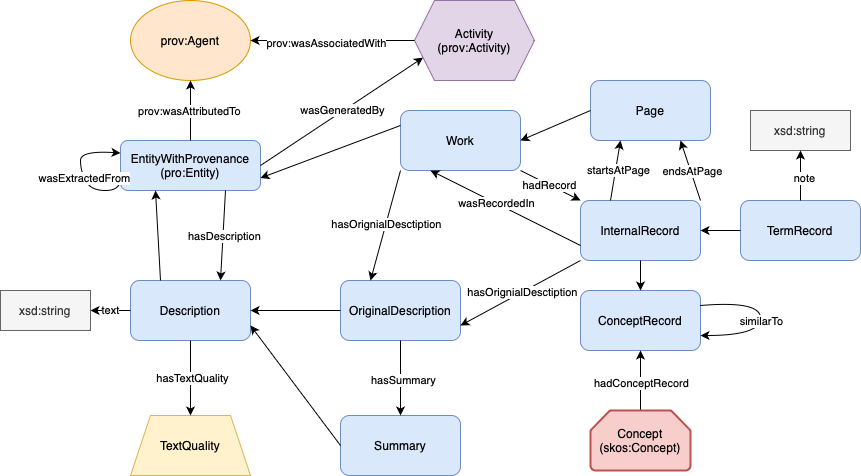
The draw.io diagram doc/HTO_textual_content.png in frances-ai/HeritageTextOntology, before a commit. Source tidied: cells renumbered, new cells last; positions are measured from the earlier drawing's top-left corner, leaving out a move shared by most shapes.
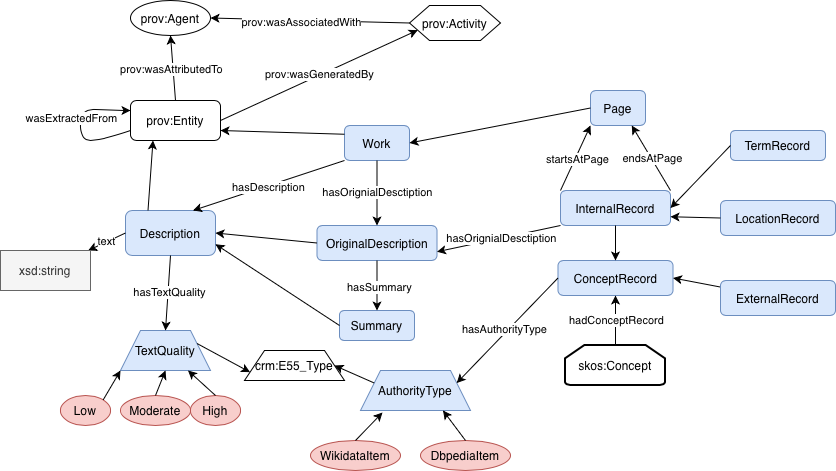
After the change.

Change to the diagram source:
```diff
@@ -3,53 +3,39 @@
     <mxCell id="0" />
     <mxCell id="1" parent="0" />
     <mxCell id="2" value="Work" style="rounded=1;whiteSpace=wrap;html=1;fillColor=#dae8fc;strokeColor=#6c8ebf;" parent="1" vertex="1">
-      <mxGeometry x="400" y="110" width="120" height="60" as="geometry" />
+      <mxGeometry x="364" y="145" width="65" height="35" as="geometry" />
     </mxCell>
     <mxCell id="3" value="InternalRecord" style="rounded=1;whiteSpace=wrap;html=1;fillColor=#dae8fc;strokeColor=#6c8ebf;" parent="1" vertex="1">
-      <mxGeometry x="580" y="200" width="120" height="60" as="geometry" />
+      <mxGeometry x="580" y="210" width="110" height="35" as="geometry" />
     </mxCell>
     <mxCell id="4" value="ConceptRecord" style="rounded=1;whiteSpace=wrap;html=1;fillColor=#dae8fc;strokeColor=#6c8ebf;" parent="1" vertex="1">
-      <mxGeometry x="580" y="290" width="120" height="60" as="geometry" />
+      <mxGeometry x="577.5" y="280" width="115" height="35" as="geometry" />
     </mxCell>
     <mxCell id="5" value="OriginalDescription" style="rounded=1;whiteSpace=wrap;html=1;fillColor=#dae8fc;strokeColor=#6c8ebf;" parent="1" vertex="1">
-      <mxGeometry x="340" y="280" width="120" height="60" as="geometry" />
+      <mxGeometry x="336.5" y="245" width="120" height="35" as="geometry" />
     </mxCell>
     <mxCell id="6" value="Description" style="rounded=1;whiteSpace=wrap;html=1;fillColor=#dae8fc;strokeColor=#6c8ebf;" parent="1" vertex="1">
-      <mxGeometry x="130" y="280" width="120" height="60" as="geometry" />
+      <mxGeometry x="145" y="230" width="90" height="45" as="geometry" />
     </mxCell>
-    <mxCell id="7" value="prov:Agent" style="ellipse;whiteSpace=wrap;html=1;fillColor=#ffe6cc;strokeColor=#d79b00;" parent="1" vertex="1">
-      <mxGeometry x="130" width="120" height="80" as="geometry" />
+    <mxCell id="7" value="prov:Agent" style="ellipse;whiteSpace=wrap;html=1;" parent="1" vertex="1">
+      <mxGeometry x="150" y="20" width="80" height="35" as="geometry" />
     </mxCell>
-    <mxCell id="8" value="EntityWithProvenance&lt;br&gt;(pro:Entity)" style="rounded=1;whiteSpace=wrap;html=1;fillColor=#dae8fc;strokeColor=#6c8ebf;" parent="1" vertex="1">
-      <mxGeometry x="120" y="140" width="140" height="50" as="geometry" />
+    <mxCell id="8" value="prov:Entity" style="rounded=1;whiteSpace=wrap;html=1;" parent="1" vertex="1">
+      <mxGeometry x="150" y="120" width="90" height="40" as="geometry" />
     </mxCell>
-    <mxCell id="9" value="Activity&lt;br&gt;(prov:Activity)" style="shape=hexagon;perimeter=hexagonPerimeter2;whiteSpace=wrap;html=1;fixedSize=1;fillColor=#e1d5e7;strokeColor=#9673a6;" parent="1" vertex="1">
-      <mxGeometry x="414" width="120" height="80" as="geometry" />
+    <mxCell id="9" value="prov:Activity" style="shape=hexagon;perimeter=hexagonPerimeter2;whiteSpace=wrap;html=1;fixedSize=1;" parent="1" vertex="1">
+      <mxGeometry x="429" y="25" width="91" height="35" as="geometry" />
     </mxCell>
-    <mxCell id="10" style="endArrow=classic;html=1;rounded=0;entryX=0;entryY=0;entryDx=0;entryDy=0;exitX=1;exitY=1;exitDx=0;exitDy=0;" parent="1" edge="1" source="2" target="3">
-      <mxGeometry relative="1" as="geometry" />
-    </mxCell>
-    <mxCell id="11" value="hadRecord" style="edgeLabel;html=1;align=center;verticalAlign=middle;" parent="10" vertex="1">
-      <mxGeometry x="-0.05" relative="1" as="geometry" />
-    </mxCell>
-    <mxCell id="12" style="endArrow=classic;html=1;rounded=0;exitX=0;exitY=0.75;exitDx=0;exitDy=0;entryX=0.25;entryY=1;entryDx=0;entryDy=0;" parent="1" edge="1" source="3" target="2">
-      <mxGeometry relative="1" as="geometry" />
-    </mxCell>
-    <mxCell id="13" value="wasRecordedIn" style="edgeLabel;html=1;align=center;verticalAlign=middle;" parent="12" vertex="1">
-      <mxGeometry x="0.12" relative="1" as="geometry" />
-    </mxCell>
     <mxCell id="14" style="endArrow=classic;html=1;rounded=0;exitX=0.5;exitY=1;exitDx=0;exitDy=0;entryX=0.5;entryY=0;entryDx=0;entryDy=0;" parent="1" edge="1" source="3" target="4">
       <mxGeometry relative="1" as="geometry" />
     </mxCell>
-    <mxCell id="15" style="endArrow=classic;html=1;rounded=0;exitX=0.5;exitY=0;exitDx=0;exitDy=0;entryX=0.5;entryY=1;entryDx=0;entryDy=0;" parent="1" edge="1" target="4">
-      <mxGeometry relative="1" as="geometry">
-        <mxPoint x="640" y="415" as="sourcePoint" />
-      </mxGeometry>
+    <mxCell id="15" style="endArrow=classic;html=1;rounded=0;exitX=0.5;exitY=0;exitDx=0;exitDy=0;entryX=0.5;entryY=1;entryDx=0;entryDy=0;" parent="1" edge="1" source="53" target="4">
+      <mxGeometry relative="1" as="geometry" />
     </mxCell>
     <mxCell id="16" value="hadConceptRecord" style="edgeLabel;html=1;align=center;verticalAlign=middle;" parent="15" vertex="1">
       <mxGeometry x="0.03" relative="1" as="geometry" />
     </mxCell>
-    <mxCell id="17" style="endArrow=classic;html=1;rounded=0;exitX=0;exitY=1;exitDx=0;exitDy=0;entryX=0.25;entryY=0;entryDx=0;entryDy=0;" parent="1" edge="1" source="2" target="5">
+    <mxCell id="17" style="endArrow=classic;html=1;rounded=0;exitX=0.5;exitY=1;exitDx=0;exitDy=0;entryX=0.5;entryY=0;entryDx=0;entryDy=0;" parent="1" edge="1" source="2" target="5">
       <mxGeometry relative="1" as="geometry" />
     </mxCell>
     <mxCell id="18" value="hasOrignialDesctiption" style="edgeLabel;html=1;align=center;verticalAlign=middle;" parent="17" vertex="1">
@@ -61,7 +47,7 @@
     <mxCell id="20" value="hasOrignialDesctiption" style="edgeLabel;html=1;align=center;verticalAlign=middle;" parent="19" vertex="1">
       <mxGeometry x="-0.03" relative="1" as="geometry" />
     </mxCell>
-    <mxCell id="21" style="endArrow=classic;html=1;rounded=0;entryX=0.75;entryY=0;entryDx=0;entryDy=0;exitX=0.75;exitY=1;exitDx=0;exitDy=0;" parent="1" edge="1" source="8" target="6">
+    <mxCell id="21" style="endArrow=classic;html=1;rounded=0;entryX=0.75;entryY=0;entryDx=0;entryDy=0;exitX=0;exitY=1;exitDx=0;exitDy=0;" parent="1" edge="1" source="2" target="6">
       <mxGeometry relative="1" as="geometry" />
     </mxCell>
     <mxCell id="22" value="hasDescription" style="edgeLabel;html=1;align=center;verticalAlign=middle;" parent="21" vertex="1">
@@ -70,8 +56,8 @@
     <mxCell id="23" style="endArrow=classic;html=1;rounded=0;exitX=0;exitY=0.5;exitDx=0;exitDy=0;entryX=1;entryY=0.5;entryDx=0;entryDy=0;" parent="1" edge="1" source="5" target="6">
       <mxGeometry relative="1" as="geometry" />
     </mxCell>
-    <mxCell id="24" value="TextQuality" style="shape=trapezoid;perimeter=trapezoidPerimeter;whiteSpace=wrap;html=1;fixedSize=1;fillColor=#fff2cc;strokeColor=#d6b656;" parent="1" vertex="1">
-      <mxGeometry x="130" y="415" width="120" height="60" as="geometry" />
+    <mxCell id="24" value="TextQuality" style="shape=trapezoid;perimeter=trapezoidPerimeter;whiteSpace=wrap;html=1;fixedSize=1;fillColor=#dae8fc;strokeColor=#6c8ebf;" parent="1" vertex="1">
+      <mxGeometry x="140" y="350" width="90" height="40" as="geometry" />
     </mxCell>
     <mxCell id="25" style="endArrow=classic;html=1;rounded=0;exitX=0.5;exitY=1;exitDx=0;exitDy=0;entryX=0.5;entryY=0;entryDx=0;entryDy=0;" parent="1" edge="1" source="6" target="24">
       <mxGeometry relative="1" as="geometry" />
@@ -94,14 +80,14 @@
     <mxCell id="31" style="endArrow=classic;html=1;rounded=0;exitX=1;exitY=0.5;exitDx=0;exitDy=0;entryX=0;entryY=0.75;entryDx=0;entryDy=0;" parent="1" edge="1" source="8" target="9">
       <mxGeometry relative="1" as="geometry" />
     </mxCell>
-    <mxCell id="32" value="wasGeneratedBy" style="edgeLabel;html=1;align=center;verticalAlign=middle;" parent="31" vertex="1">
+    <mxCell id="32" value="prov:wasGeneratedBy" style="edgeLabel;html=1;align=center;verticalAlign=middle;" parent="31" vertex="1">
       <mxGeometry y="1" relative="1" as="geometry" />
     </mxCell>
     <mxCell id="33" style="endArrow=classic;html=1;rounded=0;exitX=0;exitY=0.25;exitDx=0;exitDy=0;entryX=1;entryY=0.75;entryDx=0;entryDy=0;" parent="1" edge="1" source="2" target="8">
       <mxGeometry relative="1" as="geometry" />
     </mxCell>
     <mxCell id="34" value="Summary" style="rounded=1;whiteSpace=wrap;html=1;fillColor=#dae8fc;strokeColor=#6c8ebf;" parent="1" vertex="1">
-      <mxGeometry x="340" y="415" width="120" height="60" as="geometry" />
+      <mxGeometry x="359" y="330" width="75" height="30" as="geometry" />
     </mxCell>
     <mxCell id="35" style="endArrow=classic;html=1;rounded=0;exitX=0.5;exitY=1;exitDx=0;exitDy=0;entryX=0.5;entryY=0;entryDx=0;entryDy=0;" parent="1" edge="1" source="5" target="34">
       <mxGeometry relative="1" as="geometry" />
@@ -109,24 +95,13 @@
     <mxCell id="36" value="hasSummary" style="edgeLabel;html=1;align=center;verticalAlign=middle;" parent="35" vertex="1">
       <mxGeometry x="0.03" y="2" relative="1" as="geometry" />
     </mxCell>
-    <mxCell id="37" style="curved=1;endArrow=classic;html=1;rounded=0;exitX=1;exitY=0.25;exitDx=0;exitDy=0;entryX=1;entryY=0.75;entryDx=0;entryDy=0;" parent="1" edge="1" source="4" target="4">
-      <mxGeometry relative="1" as="geometry">
-        <Array as="points">
-          <mxPoint x="760" y="300" />
-          <mxPoint x="760" y="335" />
-        </Array>
-      </mxGeometry>
-    </mxCell>
-    <mxCell id="38" value="similarTo" style="edgeLabel;html=1;align=center;verticalAlign=middle;" parent="37" vertex="1">
-      <mxGeometry x="0.05" relative="1" as="geometry" />
-    </mxCell>
     <mxCell id="39" value="Page" style="rounded=1;whiteSpace=wrap;html=1;fillColor=#dae8fc;strokeColor=#6c8ebf;" parent="1" vertex="1">
-      <mxGeometry x="590" y="80" width="120" height="60" as="geometry" />
+      <mxGeometry x="610" y="110" width="55" height="35" as="geometry" />
     </mxCell>
     <mxCell id="40" style="endArrow=classic;html=1;rounded=0;exitX=0;exitY=0.5;exitDx=0;exitDy=0;entryX=1;entryY=0.5;entryDx=0;entryDy=0;" parent="1" edge="1" source="39" target="2">
       <mxGeometry relative="1" as="geometry" />
     </mxCell>
-    <mxCell id="41" style="endArrow=classic;html=1;rounded=0;exitX=0.25;exitY=0;exitDx=0;exitDy=0;entryX=0.25;entryY=1;entryDx=0;entryDy=0;" parent="1" edge="1" source="3" target="39">
+    <mxCell id="41" style="endArrow=classic;html=1;rounded=0;exitX=0;exitY=0;exitDx=0;exitDy=0;entryX=0;entryY=1;entryDx=0;entryDy=0;" parent="1" edge="1" source="3" target="39">
       <mxGeometry relative="1" as="geometry" />
     </mxCell>
     <mxCell id="42" value="startsAtPage" style="edgeLabel;html=1;align=center;verticalAlign=middle;" parent="41" vertex="1">
@@ -144,15 +119,17 @@
     <mxCell id="46" style="curved=1;endArrow=classic;html=1;rounded=0;exitX=0;exitY=0.75;exitDx=0;exitDy=0;entryX=0;entryY=0.25;entryDx=0;entryDy=0;" parent="1" edge="1" source="8" target="8">
       <mxGeometry relative="1" as="geometry">
         <Array as="points">
-          <mxPoint x="120" y="190" />
-          <mxPoint x="90" y="190" />
-          <mxPoint x="80" y="170" />
-          <mxPoint x="80" y="150" />
+          <mxPoint x="120" y="160" />
+          <mxPoint x="100" y="160" />
+          <mxPoint x="100" y="128" />
+          <mxPoint x="130" y="130" />
         </Array>
       </mxGeometry>
     </mxCell>
     <mxCell id="47" value="wasExtractedFrom" style="edgeLabel;html=1;align=center;verticalAlign=middle;" parent="46" vertex="1">
-      <mxGeometry x="-0.09" relative="1" as="geometry" />
+      <mxGeometry x="-0.09" relative="1" as="geometry">
+        <mxPoint x="-10" y="-13" as="offset" />
+      </mxGeometry>
     </mxCell>
     <mxCell id="48" style="endArrow=classic;html=1;rounded=0;exitX=0.25;exitY=0;exitDx=0;exitDy=0;entryX=0.25;entryY=1;entryDx=0;entryDy=0;" parent="1" edge="1" source="6" target="8">
       <mxGeometry relative="1" as="geometry" />
@@ -161,25 +138,76 @@
       <mxGeometry relative="1" as="geometry" />
     </mxCell>
     <mxCell id="50" value="xsd:string" style="rounded=0;whiteSpace=wrap;html=1;fillColor=#f5f5f5;fontColor=#333333;strokeColor=#666666;" parent="1" vertex="1">
-      <mxGeometry y="290" width="90" height="40" as="geometry" />
+      <mxGeometry x="20" y="270" width="90" height="40" as="geometry" />
     </mxCell>
     <mxCell id="51" value="TermRecord" style="rounded=1;whiteSpace=wrap;html=1;fillColor=#dae8fc;strokeColor=#6c8ebf;" parent="1" vertex="1">
-      <mxGeometry x="740" y="200" width="120" height="60" as="geometry" />
+      <mxGeometry x="750" y="150" width="95" height="30" as="geometry" />
     </mxCell>
     <mxCell id="52" style="endArrow=classic;html=1;rounded=0;exitX=0;exitY=0.5;exitDx=0;exitDy=0;entryX=1;entryY=0.5;entryDx=0;entryDy=0;" parent="1" edge="1" source="51" target="3">
       <mxGeometry relative="1" as="geometry" />
     </mxCell>
+    <mxCell id="57" style="rounded=0;jettySize=auto;html=1;entryX=1;entryY=0.5;entryDx=0;entryDy=0;" parent="1" edge="1" source="58" target="4">
+      <mxGeometry relative="1" as="geometry" />
+    </mxCell>
+    <mxCell id="58" value="ExternalRecord" style="rounded=1;whiteSpace=wrap;html=1;fillColor=#dae8fc;strokeColor=#6c8ebf;" parent="1" vertex="1">
+      <mxGeometry x="740" y="300" width="115" height="35" as="geometry" />
+    </mxCell>
+    <mxCell id="59" value="LocationRecord" style="rounded=1;whiteSpace=wrap;html=1;fillColor=#dae8fc;strokeColor=#6c8ebf;" parent="1" vertex="1">
+      <mxGeometry x="740" y="220" width="115" height="35" as="geometry" />
+    </mxCell>
+    <mxCell id="60" style="endArrow=classic;html=1;rounded=0;exitX=0;exitY=0.5;exitDx=0;exitDy=0;entryX=1;entryY=0.75;entryDx=0;entryDy=0;" parent="1" edge="1" source="59" target="3">
+      <mxGeometry relative="1" as="geometry" />
+    </mxCell>
+    <mxCell id="61" value="Low" style="ellipse;html=1;horizontal=1;verticalAlign=middle;whiteSpace=wrap;fillColor=#f8cecc;strokeColor=#b85450;" parent="1" vertex="1">
+      <mxGeometry x="80" y="415" width="50" height="30" as="geometry" />
+    </mxCell>
+    <mxCell id="62" style="endArrow=classic;html=1;rounded=0;exitX=1;exitY=0;exitDx=0;exitDy=0;entryX=0;entryY=1;entryDx=0;entryDy=0;" parent="1" edge="1" source="61" target="24">
+      <mxGeometry relative="1" as="geometry" />
+    </mxCell>
+    <mxCell id="63" value="Moderate" style="ellipse;html=1;horizontal=1;verticalAlign=middle;whiteSpace=wrap;fillColor=#f8cecc;strokeColor=#b85450;" parent="1" vertex="1">
+      <mxGeometry x="140" y="415" width="70" height="30" as="geometry" />
+    </mxCell>
+    <mxCell id="64" style="endArrow=classic;html=1;rounded=0;exitX=0.5;exitY=0;exitDx=0;exitDy=0;entryX=0.5;entryY=1;entryDx=0;entryDy=0;" parent="1" edge="1" source="63" target="24">
+      <mxGeometry relative="1" as="geometry" />
+    </mxCell>
+    <mxCell id="65" value="High" style="ellipse;html=1;horizontal=1;verticalAlign=middle;whiteSpace=wrap;fillColor=#f8cecc;strokeColor=#b85450;" parent="1" vertex="1">
+      <mxGeometry x="210" y="415" width="50" height="30" as="geometry" />
+    </mxCell>
+    <mxCell id="66" style="endArrow=classic;html=1;rounded=0;exitX=0.5;exitY=0;exitDx=0;exitDy=0;entryX=0.75;entryY=1;entryDx=0;entryDy=0;" parent="1" edge="1" source="65" target="24">
+      <mxGeometry relative="1" as="geometry" />
+    </mxCell>
-    <mxCell id="53" value="Concept&lt;br&gt;(skos:Concept)" style="strokeWidth=2;html=1;shape=mxgraph.flowchart.loop_limit;whiteSpace=wrap;fillColor=#f8cecc;strokeColor=#b85450;" parent="1" vertex="1">
-      <mxGeometry x="590" y="410" width="100" height="60" as="geometry" />
+    <mxCell id="53" value="skos:Concept" style="strokeWidth=2;html=1;shape=mxgraph.flowchart.loop_limit;whiteSpace=wrap;" parent="1" vertex="1">
+      <mxGeometry x="585" y="365" width="100" height="40" as="geometry" />
     </mxCell>
-    <mxCell id="54" value="xsd:string" style="rounded=0;whiteSpace=wrap;html=1;fillColor=#f5f5f5;fontColor=#333333;strokeColor=#666666;" parent="1" vertex="1">
-      <mxGeometry x="750" y="110" width="100" height="40" as="geometry" />
-    </mxCell>
-    <mxCell id="55" style="endArrow=classic;html=1;rounded=0;exitX=0.5;exitY=0;exitDx=0;exitDy=0;entryX=0.5;entryY=1;entryDx=0;entryDy=0;" parent="1" edge="1" source="51" target="54">
-      <mxGeometry relative="1" as="geometry" />
-    </mxCell>
-    <mxCell id="56" value="note" style="edgeLabel;html=1;align=center;verticalAlign=middle;" parent="55" vertex="1">
-      <mxGeometry x="-0.08" y="-3" relative="1" as="geometry" />
-    </mxCell>
+    <mxCell id="67" value="WikidataItem" style="ellipse;html=1;horizontal=1;verticalAlign=middle;whiteSpace=wrap;fillColor=#f8cecc;strokeColor=#b85450;" parent="1" vertex="1">
+      <mxGeometry x="330" y="460" width="90" height="30" as="geometry" />
+    </mxCell>
+    <mxCell id="68" value="AuthorityType" style="shape=trapezoid;perimeter=trapezoidPerimeter;whiteSpace=wrap;html=1;fixedSize=1;fillColor=#dae8fc;strokeColor=#6c8ebf;" parent="1" vertex="1">
+      <mxGeometry x="380" y="390" width="110" height="40" as="geometry" />
+    </mxCell>
+    <mxCell id="69" value="DbpediaItem" style="ellipse;html=1;horizontal=1;verticalAlign=middle;whiteSpace=wrap;fillColor=#f8cecc;strokeColor=#b85450;" parent="1" vertex="1">
+      <mxGeometry x="440" y="460" width="90" height="30" as="geometry" />
+    </mxCell>
+    <mxCell id="70" style="endArrow=classic;html=1;rounded=0;exitX=0.5;exitY=0;exitDx=0;exitDy=0;entryX=0.2;entryY=1.05;entryDx=0;entryDy=0;entryPerimeter=0;" parent="1" edge="1" source="67" target="68">
+      <mxGeometry relative="1" as="geometry" />
+    </mxCell>
+    <mxCell id="71" style="endArrow=classic;html=1;rounded=0;exitX=0.5;exitY=0;exitDx=0;exitDy=0;entryX=0.75;entryY=1;entryDx=0;entryDy=0;" parent="1" edge="1" source="69" target="68">
+      <mxGeometry relative="1" as="geometry" />
+    </mxCell>
+    <mxCell id="72" value="crm:E55_Type" style="shape=trapezoid;perimeter=trapezoidPerimeter;whiteSpace=wrap;html=1;fixedSize=1;" parent="1" vertex="1">
+      <mxGeometry x="264" y="370" width="100" height="30" as="geometry" />
+    </mxCell>
+    <mxCell id="73" style="endArrow=classic;html=1;rounded=0;exitX=0;exitY=0.25;exitDx=0;exitDy=0;entryX=1;entryY=0.5;entryDx=0;entryDy=0;" parent="1" edge="1" source="68" target="72">
+      <mxGeometry relative="1" as="geometry" />
+    </mxCell>
+    <mxCell id="74" style="endArrow=classic;html=1;rounded=0;exitX=1;exitY=0.25;exitDx=0;exitDy=0;entryX=0;entryY=0.75;entryDx=0;entryDy=0;" parent="1" edge="1" source="24" target="72">
+      <mxGeometry relative="1" as="geometry" />
+    </mxCell>
+    <mxCell id="75" style="endArrow=classic;html=1;rounded=0;exitX=0;exitY=0.5;exitDx=0;exitDy=0;entryX=1;entryY=0.25;entryDx=0;entryDy=0;" parent="1" edge="1" source="4" target="68">
+      <mxGeometry relative="1" as="geometry" />
+    </mxCell>
+    <mxCell id="76" value="hasAuthorityType" style="edgeLabel;html=1;align=center;verticalAlign=middle;" parent="75" vertex="1">
+      <mxGeometry x="0.02" y="-3" relative="1" as="geometry" />
+    </mxCell>
   </root>
 </mxGraphModel>
```
